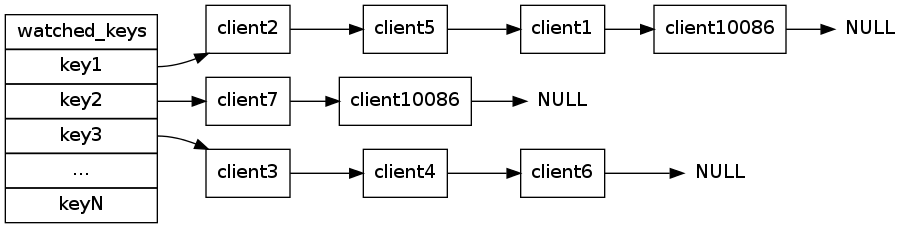
huangzworks/redisbook keeps this Graphviz diagram as feature/image/new_watched_keys.png. Above is the earlier version. Its source is kept beside it as feature/image/new_watched_keys.dot. Its diagram source:
```dot
digraph new_watched_keys {

    rankdir = LR;

    node [shape = record];


    watched_keys [label = "watched_keys |<key1> key1 |<key2> key2 |<key3> key3 | ... |<keyN> keyN"];

    client1 [label = "client1"];
    client5 [label = "client5"];
    client2 [label = "client2"];
    client10086 [label = "client10086"];
    null_1 [label = "NULL", shape = plaintext];

    watched_keys:key1 -> client2;
    client2 -> client5;
    client5 -> client1;
    client1 -> client10086;
    client10086 -> null_1;

    client7 [label = "client7"];
    client10086_2 [label = "client10086"];
    null_2 [label = "NULL", shape = plaintext];

    watched_keys:key2 -> client7;
    client7 -> client10086_2;
    client10086_2 -> null_2;


    client3 [label = "client3"];
    client4 [label = "client4"];
    client6 [label = "client6"];
    null_3 [label = "NULL", shape = plaintext];

    watched_keys:key3 -> client3;
    client3 -> client4;
    client4 -> client6;
    client6 -> null_3;
}
```
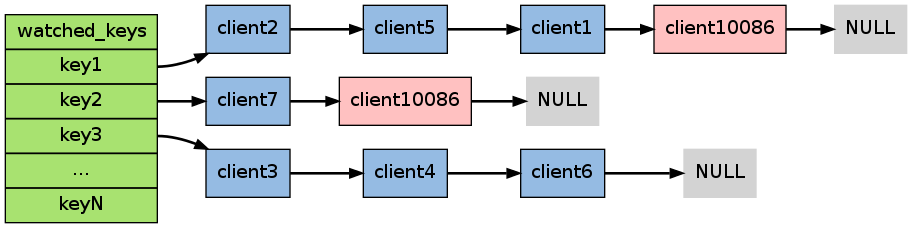
Above is the later version.

Change to the diagram source:
```diff
@@ -2,15 +2,17 @@
 
     rankdir = LR;
 
-    node [shape = record];
+    node [shape = record, style = filled];
+
+    edge [style = bold];
 
 
-    watched_keys [label = "watched_keys |<key1> key1 |<key2> key2 |<key3> key3 | ... |<keyN> keyN"];
+    watched_keys [label = "watched_keys |<key1> key1 |<key2> key2 |<key3> key3 | ... |<keyN> keyN", fillcolor = "#A8E270"];
 
-    client1 [label = "client1"];
-    client5 [label = "client5"];
-    client2 [label = "client2"];
-    client10086 [label = "client10086"];
+    client1 [label = "client1", fillcolor = "#95BBE3"];
+    client5 [label = "client5", fillcolor = "#95BBE3"];
+    client2 [label = "client2", fillcolor = "#95BBE3"];
+    client10086 [label = "client10086", fillcolor = "#FFC1C1"];
     null_1 [label = "NULL", shape = plaintext];
 
     watched_keys:key1 -> client2;
@@ -19,8 +21,8 @@
     client1 -> client10086;
     client10086 -> null_1;
 
-    client7 [label = "client7"];
-    client10086_2 [label = "client10086"];
+    client7 [label = "client7", fillcolor = "#95BBE3"];
+    client10086_2 [label = "client10086", fillcolor = "#FFC1C1"];
     null_2 [label = "NULL", shape = plaintext];
 
     watched_keys:key2 -> client7;
@@ -28,9 +30,9 @@
     client10086_2 -> null_2;
 
 
-    client3 [label = "client3"];
-    client4 [label = "client4"];
-    client6 [label = "client6"];
+    client3 [label = "client3", fillcolor = "#95BBE3"];
+    client4 [label = "client4", fillcolor = "#95BBE3"];
+    client6 [label = "client6", fillcolor = "#95BBE3"];
     null_3 [label = "NULL", shape = plaintext];
 
     watched_keys:key3 -> client3;
```
